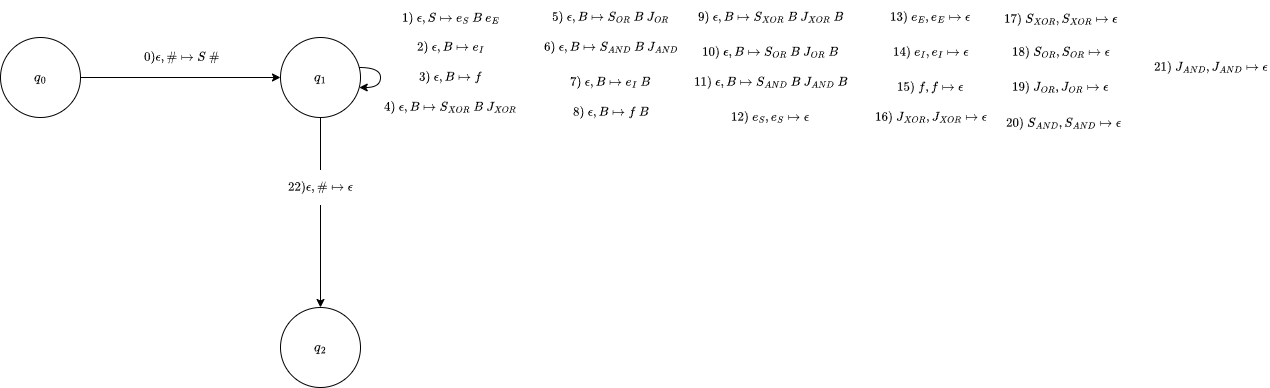
madebyams/bachelorthesis keeps this draw.io diagram as Graphics/Kellerautomat.png. Above is the earlier version. Source tidied: cells renumbered, new cells last; positions are measured from the earlier drawing's top-left corner, leaving out a move shared by most shapes.
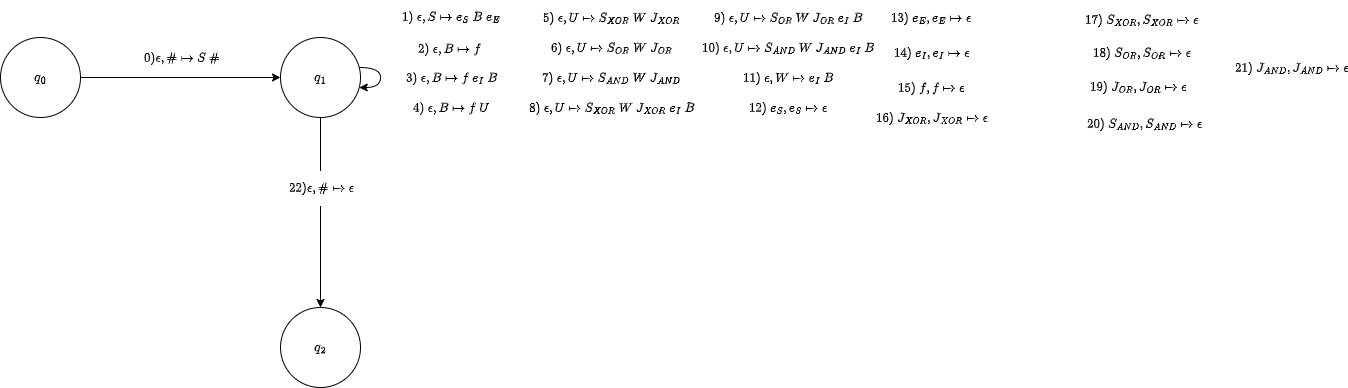
The same diagram one commit later.

The edit, as a diff of the source:
```diff
@@ -28,31 +28,33 @@
     <mxCell id="9" style="edgeStyle=orthogonalEdgeStyle;rounded=0;orthogonalLoop=1;jettySize=auto;html=1;innerLoopWaypoints=1;curved=1;" parent="1" edge="1" source="7" target="7">
       <mxGeometry relative="1" as="geometry" />
     </mxCell>
-    <mxCell id="10" value="$$1)\ \epsilon, S \mapsto e_S \ B \ e_E$$" style="edgeLabel;html=1;align=center;verticalAlign=middle;" parent="9" vertex="1">
+    <mxCell id="10" value="$$1)\ \epsilon, S \mapsto e_S\; B\; e_E$$" style="edgeLabel;html=1;align=center;verticalAlign=middle;" parent="9" vertex="1">
       <mxGeometry x="0.16" y="-1" relative="1" as="geometry">
         <mxPoint x="71" y="-65" as="offset" />
       </mxGeometry>
     </mxCell>
-    <mxCell id="11" value="$$2)\ \epsilon, B \mapsto e_I$$" style="edgeLabel;html=1;align=center;verticalAlign=middle;" parent="1" vertex="1">
-      <mxGeometry x="450" y="30" as="geometry" />
+    <mxCell id="11" value="$$3)\ \epsilon, B \mapsto f\; e_I\; B$$" style="edgeLabel;html=1;align=center;verticalAlign=middle;" parent="1" vertex="1">
+      <mxGeometry x="450" y="60" as="geometry" />
     </mxCell>
-    <mxCell id="12" value="$$3)\ \epsilon, B \mapsto f$$" style="edgeLabel;html=1;align=center;verticalAlign=middle;" parent="1" vertex="1">
-      <mxGeometry x="450" y="60" as="geometry" />
+    <mxCell id="12" value="$$2)\ \epsilon, B \mapsto f$$" style="edgeLabel;html=1;align=center;verticalAlign=middle;" parent="1" vertex="1">
+      <mxGeometry x="450" y="35" as="geometry">
+        <mxPoint x="-2" y="-4" as="offset" />
+      </mxGeometry>
     </mxCell>
-    <mxCell id="13" value="$$4)\ \epsilon, B \mapsto S_{XOR}\ B\ J_{XOR}$$" style="edgeLabel;html=1;align=center;verticalAlign=middle;" parent="1" vertex="1">
+    <mxCell id="13" value="$$4)\ \epsilon, B \mapsto f\; U$$" style="edgeLabel;html=1;align=center;verticalAlign=middle;" parent="1" vertex="1">
       <mxGeometry x="450" y="90" as="geometry" />
     </mxCell>
     <mxCell id="14" value="$$5)\ \epsilon, A \mapsto S_{OR}\ A\ J_{OR}$$" style="edgeLabel;html=1;align=center;verticalAlign=middle;" parent="1" vertex="1">
       <mxGeometry x="610" as="geometry" />
     </mxCell>
-    <mxCell id="15" value="$$5)\ \epsilon, B \mapsto S_{OR}\ B\ J_{OR}$$" style="edgeLabel;html=1;align=center;verticalAlign=middle;" parent="1" vertex="1">
+    <mxCell id="15" value="$$5)\ \epsilon, U \mapsto S_{XOR} \; W\; J_{XOR}$$" style="edgeLabel;html=1;align=center;verticalAlign=middle;" parent="1" vertex="1">
       <mxGeometry x="610" as="geometry" />
     </mxCell>
-    <mxCell id="16" value="$$6)\ \epsilon, B \mapsto S_{AND}\ B\ J_{AND}$$" style="edgeLabel;html=1;align=center;verticalAlign=middle;" parent="1" vertex="1">
+    <mxCell id="16" value="$$6)\ \epsilon, U \mapsto S_{OR}\; W\; J_{OR}$$" style="edgeLabel;html=1;align=center;verticalAlign=middle;" parent="1" vertex="1">
       <mxGeometry x="610" y="30" as="geometry" />
     </mxCell>
     <mxCell id="17" value="$$12)\ e_S, e_S \mapsto \epsilon$$" style="edgeLabel;html=1;align=center;verticalAlign=middle;" parent="1" vertex="1">
-      <mxGeometry x="770" y="100" as="geometry" />
+      <mxGeometry x="787" y="90" as="geometry" />
     </mxCell>
     <mxCell id="18" value="$$13)\ e_E, e_E \mapsto \epsilon$$" style="edgeLabel;html=1;align=center;verticalAlign=middle;" parent="1" vertex="1">
       <mxGeometry x="930" as="geometry" />
@@ -64,7 +66,7 @@
       <mxGeometry x="930" y="70" as="geometry" />
     </mxCell>
     <mxCell id="21" value="$$17)\ S_{XOR}, S_{XOR} \mapsto \epsilon$$" style="edgeLabel;html=1;align=center;verticalAlign=middle;" parent="1" vertex="1">
-      <mxGeometry x="1060" as="geometry">
+      <mxGeometry x="1140" as="geometry">
         <mxPoint y="2" as="offset" />
       </mxGeometry>
     </mxCell>
@@ -72,33 +74,35 @@
       <mxGeometry x="930" y="100" as="geometry" />
     </mxCell>
     <mxCell id="23" value="$$18)\ S_{OR}, S_{OR} \mapsto \epsilon$$" style="edgeLabel;html=1;align=center;verticalAlign=middle;" parent="1" vertex="1">
-      <mxGeometry x="1060" y="35" as="geometry" />
+      <mxGeometry x="1140" y="35" as="geometry" />
     </mxCell>
     <mxCell id="24" value="$$19)\ J_{OR}, J_{OR} \mapsto \epsilon$$" style="edgeLabel;html=1;align=center;verticalAlign=middle;" parent="1" vertex="1">
-      <mxGeometry x="1060" y="70" as="geometry" />
+      <mxGeometry x="1170" y="70" as="geometry">
+        <mxPoint x="-33" y="-1" as="offset" />
+      </mxGeometry>
     </mxCell>
     <mxCell id="25" value="$$20)\ S_{AND}, S_{AND} \mapsto \epsilon$$" style="edgeLabel;html=1;align=center;verticalAlign=middle;" parent="1" vertex="1">
-      <mxGeometry x="1060" y="110" as="geometry">
+      <mxGeometry x="1140" y="110" as="geometry">
         <mxPoint x="3" y="-4" as="offset" />
       </mxGeometry>
     </mxCell>
     <mxCell id="26" value="$$21)\ J_{AND}, J_{AND} \mapsto \epsilon$$" style="edgeLabel;html=1;align=center;verticalAlign=middle;" parent="1" vertex="1">
-      <mxGeometry x="1210" y="50" as="geometry" />
+      <mxGeometry x="1290" y="50" as="geometry" />
     </mxCell>
-    <mxCell id="27" value="$$7)\ \epsilon, B \mapsto e_I\ B$$" style="edgeLabel;html=1;align=center;verticalAlign=middle;" parent="1" vertex="1">
-      <mxGeometry x="610" y="65" as="geometry" />
-    </mxCell>
-    <mxCell id="28" value="$$8)\ \epsilon, B \mapsto f\ B$$" style="edgeLabel;html=1;align=center;verticalAlign=middle;" parent="1" vertex="1">
-      <mxGeometry x="610" y="95" as="geometry" />
-    </mxCell>
-    <mxCell id="29" value="$$9)\ \epsilon, B \mapsto S_{XOR}\ B\ J_{XOR}\ B$$" style="edgeLabel;html=1;align=center;verticalAlign=middle;" parent="1" vertex="1">
-      <mxGeometry x="770" as="geometry" />
+    <mxCell id="29" value="$$9)\ \epsilon, U \mapsto S_{OR}\ W\ J_{OR}\ e_I \ B$$" style="edgeLabel;html=1;align=center;verticalAlign=middle;" parent="1" vertex="1">
+      <mxGeometry x="787" as="geometry" />
     </mxCell>
-    <mxCell id="30" value="$$10)\ \epsilon, B \mapsto S_{OR}\ B\ J_{OR}\ B$$" style="edgeLabel;html=1;align=center;verticalAlign=middle;" parent="1" vertex="1">
-      <mxGeometry x="770" y="35" as="geometry" />
+    <mxCell id="30" value="$$10)\ \epsilon, U \mapsto S_{AND}\ W\ J_{AND}\ e_I \ B$$" style="edgeLabel;html=1;align=center;verticalAlign=middle;" parent="1" vertex="1">
+      <mxGeometry x="787" y="30" as="geometry" />
     </mxCell>
-    <mxCell id="31" value="$$11)\ \epsilon, B \mapsto S_{AND}\ B\ J_{AND}\ B$$" style="edgeLabel;html=1;align=center;verticalAlign=middle;" parent="1" vertex="1">
-      <mxGeometry x="770" y="65" as="geometry" />
+    <mxCell id="31" value="$$11)\ \epsilon, W \mapsto e_I\ B$$" style="edgeLabel;html=1;align=center;verticalAlign=middle;" parent="1" vertex="1">
+      <mxGeometry x="787" y="60" as="geometry" />
     </mxCell>
+    <mxCell id="32" value="$$7)\ \epsilon, U \mapsto S_{AND}\; W\; J_{AND}$$" style="edgeLabel;html=1;align=center;verticalAlign=middle;" parent="1" vertex="1">
+      <mxGeometry x="610" y="60" as="geometry" />
+    </mxCell>
+    <mxCell id="33" value="$$8)\ \epsilon, U \mapsto S_{XOR}\; W\; J_{XOR}\; e_I\; B$$" style="edgeLabel;html=1;align=center;verticalAlign=middle;" parent="1" vertex="1">
+      <mxGeometry x="610" y="90" as="geometry" />
+    </mxCell>
   </root>
 </mxGraphModel>
```
